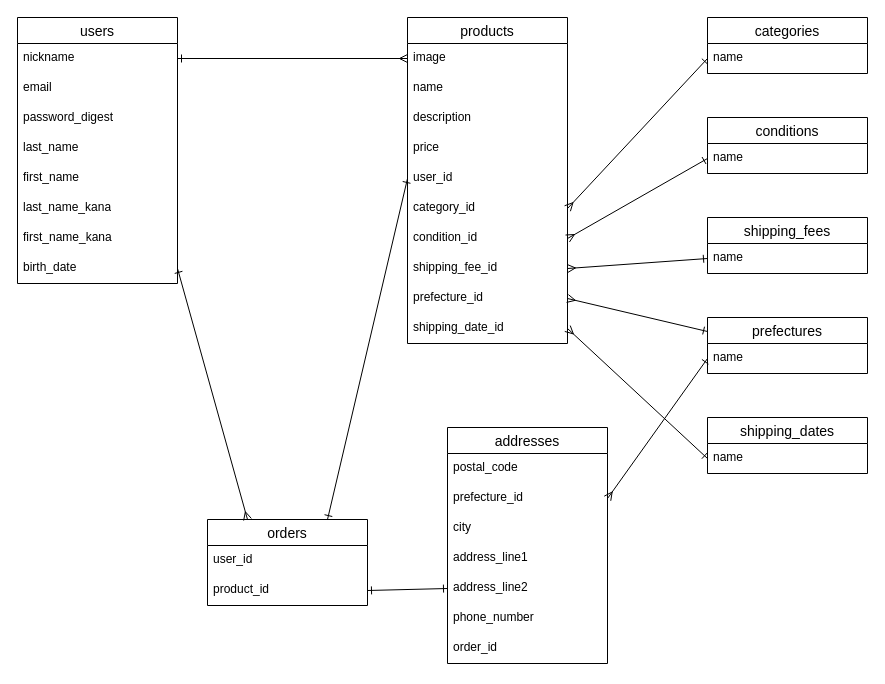
Above: test.dio in Yuya46086/furima-46086 (draw.io), before the change. Source tidied: cells renumbered, new cells numbered last; positions are measured from the earlier drawing's top-left corner, leaving out a move shared by most shapes. Both pictures are drawn from the tidied source at 100%, with x=0, y=0 at pixel (17, 17).
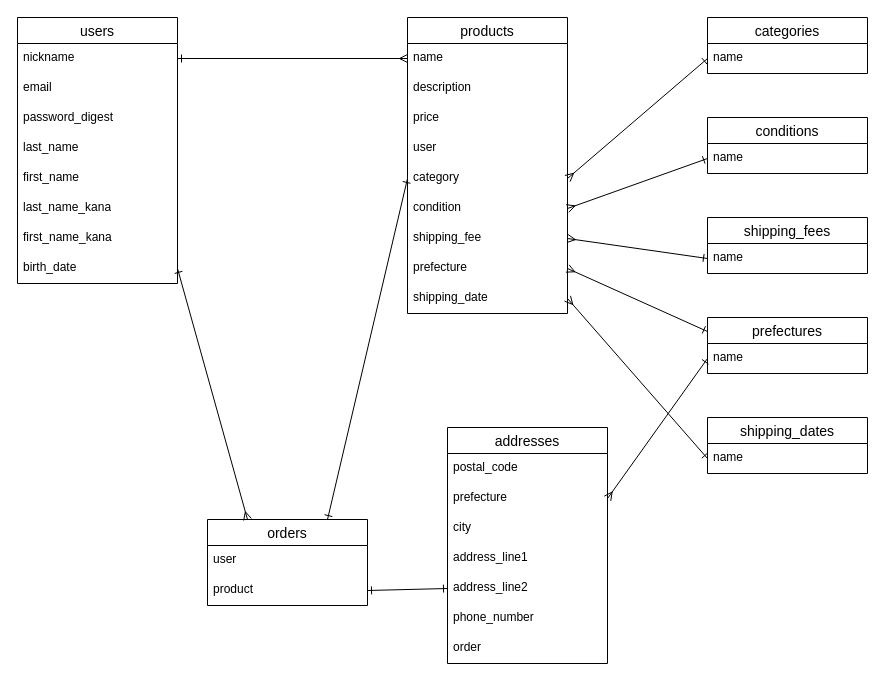
After the change.

Commit message (it also covers changes not shown here):
テーブル設計の修正

The change refers to these unchanged cells:
```xml
<mxCell id="3" value="nickname" style="text;strokeColor=none;fillColor=none;spacingLeft=4;spacingRight=4;overflow=hidden;points=[[0,0.5],[1,0.5]];portConstraint=eastwest;fontSize=12;whiteSpace=wrap;html=1;" parent="2" vertex="1">
  <mxGeometry y="26" width="160" height="30" as="geometry" />
</mxCell>
<mxCell id="22" value="orders" style="swimlane;fontStyle=0;horizontal=1;startSize=26;align=center;fontSize=14;" parent="1" vertex="1">
  <mxGeometry x="190" y="502" width="160" height="86" as="geometry" />
</mxCell>
<mxCell id="25" value="addresses" style="swimlane;fontStyle=0;horizontal=1;startSize=26;align=center;fontSize=14;" parent="1" vertex="1">
  <mxGeometry x="430" y="410" width="160" height="236" as="geometry" />
</mxCell>
```

Diff of the diagram source:
```diff
@@
     <mxCell id="11" value="products" style="swimlane;fontStyle=0;horizontal=1;startSize=26;align=center;fontSize=14;" parent="1" vertex="1">
-      <mxGeometry x="390" width="160" height="326" as="geometry" />
+      <mxGeometry x="390" width="160" height="296" as="geometry" />
     </mxCell>
-    <mxCell id="12" value="image" style="text;strokeColor=none;fillColor=none;spacingLeft=4;spacingRight=4;overflow=hidden;points=[[0,0.5],[1,0.5]];portConstraint=eastwest;fontSize=12;whiteSpace=wrap;html=1;" parent="11" vertex="1">
-      <mxGeometry y="26" width="160" height="30" as="geometry" />
-    </mxCell>
     <mxCell id="13" value="name" style="text;strokeColor=none;fillColor=none;spacingLeft=4;spacingRight=4;overflow=hidden;fontSize=12;whiteSpace=wrap;html=1;" parent="11" vertex="1">
-      <mxGeometry y="56" width="160" height="30" as="geometry" />
+      <mxGeometry y="26" width="160" height="30" as="geometry" />
     </mxCell>
     <mxCell id="14" value="description" style="text;strokeColor=none;fillColor=none;spacingLeft=4;spacingRight=4;overflow=hidden;fontSize=12;whiteSpace=wrap;html=1;" parent="11" vertex="1">
-      <mxGeometry y="86" width="160" height="30" as="geometry" />
+      <mxGeometry y="56" width="160" height="30" as="geometry" />
     </mxCell>
     <mxCell id="15" value="price" style="text;strokeColor=none;fillColor=none;spacingLeft=4;spacingRight=4;overflow=hidden;fontSize=12;whiteSpace=wrap;html=1;" parent="11" vertex="1">
-      <mxGeometry y="116" width="160" height="30" as="geometry" />
+      <mxGeometry y="86" width="160" height="30" as="geometry" />
     </mxCell>
-    <mxCell id="16" value="user_id" style="text;strokeColor=none;fillColor=none;spacingLeft=4;spacingRight=4;overflow=hidden;fontSize=12;whiteSpace=wrap;html=1;" parent="11" vertex="1">
-      <mxGeometry y="146" width="160" height="30" as="geometry" />
+    <mxCell id="16" value="user" style="text;strokeColor=none;fillColor=none;spacingLeft=4;spacingRight=4;overflow=hidden;fontSize=12;whiteSpace=wrap;html=1;" parent="11" vertex="1">
+      <mxGeometry y="116" width="160" height="30" as="geometry" />
     </mxCell>
-    <mxCell id="17" value="category_id" style="text;strokeColor=none;fillColor=none;spacingLeft=4;spacingRight=4;overflow=hidden;points=[[0,0.5],[1,0.5]];portConstraint=eastwest;fontSize=12;whiteSpace=wrap;html=1;" parent="11" vertex="1">
-      <mxGeometry y="176" width="160" height="30" as="geometry" />
+    <mxCell id="17" value="category" style="text;strokeColor=none;fillColor=none;spacingLeft=4;spacingRight=4;overflow=hidden;points=[[0,0.5],[1,0.5]];portConstraint=eastwest;fontSize=12;whiteSpace=wrap;html=1;" parent="11" vertex="1">
+      <mxGeometry y="146" width="160" height="30" as="geometry" />
     </mxCell>
-    <mxCell id="18" value="condition_id" style="text;strokeColor=none;fillColor=none;spacingLeft=4;spacingRight=4;overflow=hidden;points=[[0,0.5],[1,0.5]];portConstraint=eastwest;fontSize=12;whiteSpace=wrap;html=1;" parent="11" vertex="1">
-      <mxGeometry y="206" width="160" height="30" as="geometry" />
+    <mxCell id="18" value="condition" style="text;strokeColor=none;fillColor=none;spacingLeft=4;spacingRight=4;overflow=hidden;points=[[0,0.5],[1,0.5]];portConstraint=eastwest;fontSize=12;whiteSpace=wrap;html=1;" parent="11" vertex="1">
+      <mxGeometry y="176" width="160" height="30" as="geometry" />
     </mxCell>
-    <mxCell id="19" value="shipping_fee_id" style="text;strokeColor=none;fillColor=none;spacingLeft=4;spacingRight=4;overflow=hidden;points=[[0,0.5],[1,0.5]];portConstraint=eastwest;fontSize=12;whiteSpace=wrap;html=1;" parent="11" vertex="1">
-      <mxGeometry y="236" width="160" height="30" as="geometry" />
+    <mxCell id="19" value="shipping_fee" style="text;strokeColor=none;fillColor=none;spacingLeft=4;spacingRight=4;overflow=hidden;points=[[0,0.5],[1,0.5]];portConstraint=eastwest;fontSize=12;whiteSpace=wrap;html=1;" parent="11" vertex="1">
+      <mxGeometry y="206" width="160" height="30" as="geometry" />
     </mxCell>
-    <mxCell id="20" value="prefecture_id" style="text;strokeColor=none;fillColor=none;spacingLeft=4;spacingRight=4;overflow=hidden;points=[[0,0.5],[1,0.5]];portConstraint=eastwest;fontSize=12;whiteSpace=wrap;html=1;" parent="11" vertex="1">
-      <mxGeometry y="266" width="160" height="30" as="geometry" />
+    <mxCell id="20" value="prefecture" style="text;strokeColor=none;fillColor=none;spacingLeft=4;spacingRight=4;overflow=hidden;points=[[0,0.5],[1,0.5]];portConstraint=eastwest;fontSize=12;whiteSpace=wrap;html=1;" parent="11" vertex="1">
+      <mxGeometry y="236" width="160" height="30" as="geometry" />
     </mxCell>
-    <mxCell id="21" value="shipping_date_id" style="text;strokeColor=none;fillColor=none;spacingLeft=4;spacingRight=4;overflow=hidden;points=[[0,0.5],[1,0.5]];portConstraint=eastwest;fontSize=12;whiteSpace=wrap;html=1;" parent="11" vertex="1">
-      <mxGeometry y="296" width="160" height="30" as="geometry" />
+    <mxCell id="21" value="shipping_date" style="text;strokeColor=none;fillColor=none;spacingLeft=4;spacingRight=4;overflow=hidden;points=[[0,0.5],[1,0.5]];portConstraint=eastwest;fontSize=12;whiteSpace=wrap;html=1;" parent="11" vertex="1">
+      <mxGeometry y="266" width="160" height="30" as="geometry" />
     </mxCell>
@@
-    <mxCell id="23" value="user_id" style="text;strokeColor=none;fillColor=none;spacingLeft=4;spacingRight=4;overflow=hidden;fontSize=12;whiteSpace=wrap;html=1;" parent="22" vertex="1">
+    <mxCell id="23" value="user" style="text;strokeColor=none;fillColor=none;spacingLeft=4;spacingRight=4;overflow=hidden;fontSize=12;whiteSpace=wrap;html=1;" parent="22" vertex="1">
       <mxGeometry y="26" width="160" height="30" as="geometry" />
     </mxCell>
-    <mxCell id="24" value="product_id" style="text;strokeColor=none;fillColor=none;spacingLeft=4;spacingRight=4;overflow=hidden;points=[[0,0.5],[1,0.5]];portConstraint=eastwest;fontSize=12;whiteSpace=wrap;html=1;" parent="22" vertex="1">
+    <mxCell id="24" value="product" style="text;strokeColor=none;fillColor=none;spacingLeft=4;spacingRight=4;overflow=hidden;points=[[0,0.5],[1,0.5]];portConstraint=eastwest;fontSize=12;whiteSpace=wrap;html=1;" parent="22" vertex="1">
       <mxGeometry y="56" width="160" height="30" as="geometry" />
     </mxCell>
@@
-    <mxCell id="27" value="prefecture_id" style="text;strokeColor=none;fillColor=none;spacingLeft=4;spacingRight=4;overflow=hidden;points=[[0,0.5],[1,0.5]];portConstraint=eastwest;fontSize=12;whiteSpace=wrap;html=1;" parent="25" vertex="1">
+    <mxCell id="27" value="prefecture" style="text;strokeColor=none;fillColor=none;spacingLeft=4;spacingRight=4;overflow=hidden;points=[[0,0.5],[1,0.5]];portConstraint=eastwest;fontSize=12;whiteSpace=wrap;html=1;" parent="25" vertex="1">
       <mxGeometry y="56" width="160" height="30" as="geometry" />
     </mxCell>
@@
-    <mxCell id="32" value="order_id" style="text;strokeColor=none;fillColor=none;spacingLeft=4;spacingRight=4;overflow=hidden;fontSize=12;whiteSpace=wrap;html=1;" parent="25" vertex="1">
+    <mxCell id="32" value="order" style="text;strokeColor=none;fillColor=none;spacingLeft=4;spacingRight=4;overflow=hidden;fontSize=12;whiteSpace=wrap;html=1;" parent="25" vertex="1">
       <mxGeometry y="206" width="160" height="30" as="geometry" />
     </mxCell>
@@
-    <mxCell id="46" style="edgeStyle=none;html=1;exitX=1;exitY=0.5;exitDx=0;exitDy=0;entryX=0;entryY=0.5;entryDx=0;entryDy=0;startArrow=ERone;startFill=0;endArrow=ERmany;endFill=0;" parent="1" edge="1" source="3" target="12">
-      <mxGeometry relative="1" as="geometry" />
+    <mxCell id="46" style="edgeStyle=none;html=1;exitX=1;exitY=0.5;exitDx=0;exitDy=0;entryX=0;entryY=0.5;entryDx=0;entryDy=0;startArrow=ERone;startFill=0;endArrow=ERmany;endFill=0;" parent="1" edge="1" source="3">
+      <mxGeometry relative="1" as="geometry">
+        <mxPoint x="390" y="41" as="targetPoint" />
+      </mxGeometry>
     </mxCell>
```
